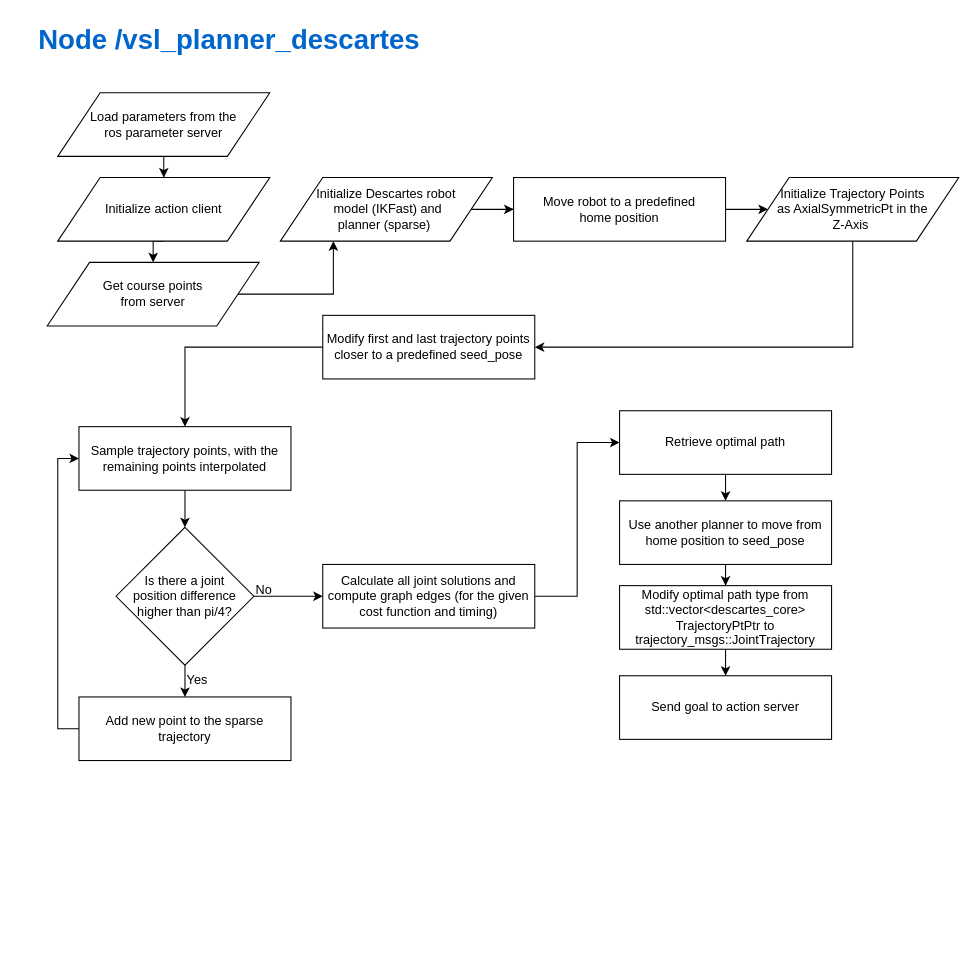
andreflorindo/vsl keeps this draw.io diagram as pictures/vsl_planner_descartes_flow_chart.drawio. Above is the earlier version. Source tidied: cells renumbered, new cells numbered last; positions are measured from the earlier drawing's top-left corner, leaving out a move shared by most shapes. Both pictures are drawn from the tidied source at 106%, with x=0, y=0 at pixel (36, 18).
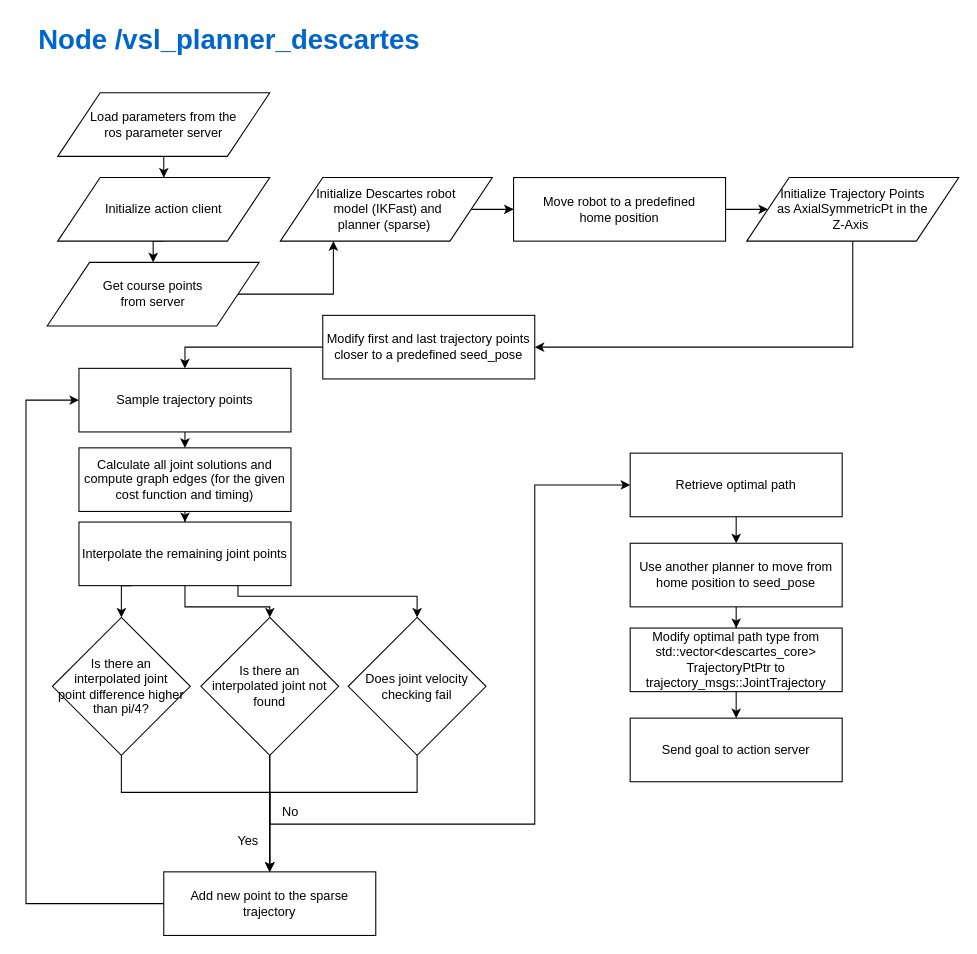
The same page after the edit.

Commit message (it also covers changes not shown here):
add joint plots in the pictures folder

The edit, as a diff of the source:
```diff
@@
-    <mxCell id="17" style="edgeStyle=orthogonalEdgeStyle;rounded=0;jettySize=auto;html=1;exitX=1;exitY=0.5;exitDx=0;exitDy=0;fontSize=12;fontColor=#000000;entryX=0;entryY=0.5;entryDx=0;entryDy=0;" parent="1" edge="1" source="23" target="25">
-      <mxGeometry relative="1" as="geometry" />
-    </mxCell>
-    <mxCell id="18" style="edgeStyle=orthogonalEdgeStyle;rounded=0;jettySize=auto;html=1;exitX=0.5;exitY=1;exitDx=0;exitDy=0;entryX=0.5;entryY=0;entryDx=0;entryDy=0;fontSize=12;fontColor=#000000;" parent="1" edge="1" source="19" target="23">
-      <mxGeometry relative="1" as="geometry" />
-    </mxCell>
+    <mxCell id="35" style="edgeStyle=orthogonalEdgeStyle;rounded=0;jettySize=auto;html=1;exitX=0.5;exitY=1;exitDx=0;exitDy=0;entryX=0.5;entryY=0;entryDx=0;entryDy=0;" parent="1" edge="1" source="19" target="25">
+      <mxGeometry relative="1" as="geometry" />
+    </mxCell>
-    <mxCell id="19" value="Sample trajectory points, with the remaining points interpolated" style="rounded=0;whiteSpace=wrap;html=1;" parent="1" vertex="1">
-      <mxGeometry x="40" y="385" width="200" height="60" as="geometry" />
+    <mxCell id="19" value="Sample trajectory points" style="rounded=0;whiteSpace=wrap;html=1;" parent="1" vertex="1">
+      <mxGeometry x="40" y="330" width="200" height="60" as="geometry" />
     </mxCell>
     <mxCell id="20" style="edgeStyle=orthogonalEdgeStyle;rounded=0;jettySize=auto;html=1;exitX=0;exitY=0.5;exitDx=0;exitDy=0;entryX=0;entryY=0.5;entryDx=0;entryDy=0;fontSize=12;fontColor=#000000;" parent="1" edge="1" source="21" target="19">
-      <mxGeometry relative="1" as="geometry" />
+      <mxGeometry relative="1" as="geometry">
+        <Array as="points">
+          <mxPoint x="-10" y="835" />
+          <mxPoint x="-10" y="360" />
+        </Array>
+      </mxGeometry>
     </mxCell>
     <mxCell id="21" value="Add new point to the sparse trajectory" style="rounded=0;whiteSpace=wrap;html=1;" parent="1" vertex="1">
-      <mxGeometry x="40" y="640" width="200" height="60" as="geometry" />
+      <mxGeometry x="120" y="805" width="200" height="60" as="geometry" />
     </mxCell>
     <mxCell id="22" style="edgeStyle=orthogonalEdgeStyle;rounded=0;jettySize=auto;html=1;exitX=0.5;exitY=1;exitDx=0;exitDy=0;entryX=0.5;entryY=0;entryDx=0;entryDy=0;fontSize=12;fontColor=#000000;" parent="1" edge="1" source="23" target="21">
-      <mxGeometry relative="1" as="geometry" />
+      <mxGeometry relative="1" as="geometry">
+        <Array as="points">
+          <mxPoint x="80" y="730" />
+          <mxPoint x="220" y="730" />
+        </Array>
+      </mxGeometry>
     </mxCell>
-    <mxCell id="23" value="&lt;font style=&quot;font-size: 12px&quot;&gt;Is there a joint &lt;br&gt;position difference higher than pi/4?&lt;/font&gt;" style="rhombus;whiteSpace=wrap;html=1;fontSize=12;fontColor=#000000;align=center;" parent="1" vertex="1">
-      <mxGeometry x="75" y="480" width="130" height="130" as="geometry" />
+    <mxCell id="23" value="&lt;font style=&quot;font-size: 12px&quot;&gt;Is there an &lt;br&gt;interpolated joint &lt;br&gt;point difference higher than pi/4?&lt;/font&gt;" style="rhombus;whiteSpace=wrap;html=1;fontSize=12;fontColor=#000000;align=center;" parent="1" vertex="1">
+      <mxGeometry x="15" y="565" width="130" height="130" as="geometry" />
     </mxCell>
-    <mxCell id="24" style="edgeStyle=orthogonalEdgeStyle;rounded=0;jettySize=auto;html=1;exitX=1;exitY=0.5;exitDx=0;exitDy=0;entryX=0;entryY=0.5;entryDx=0;entryDy=0;fontSize=12;fontColor=#000000;" parent="1" edge="1" source="25" target="27">
-      <mxGeometry relative="1" as="geometry" />
+    <mxCell id="24" style="edgeStyle=orthogonalEdgeStyle;rounded=0;jettySize=auto;html=1;exitX=0.5;exitY=1;exitDx=0;exitDy=0;entryX=0;entryY=0.5;entryDx=0;entryDy=0;fontSize=12;fontColor=#000000;" parent="1" edge="1" source="42" target="27">
+      <mxGeometry relative="1" as="geometry">
+        <Array as="points">
+          <mxPoint x="220" y="760" />
+          <mxPoint x="470" y="760" />
+          <mxPoint x="470" y="440" />
+        </Array>
+      </mxGeometry>
     </mxCell>
-    <mxCell id="25" value="Calculate all joint solutions and compute graph edges (for the given cost function and timing)" style="rounded=0;whiteSpace=wrap;html=1;" parent="1" vertex="1">
-      <mxGeometry x="270" y="515" width="200" height="60" as="geometry" />
-    </mxCell>
@@
     <mxCell id="27" value="Retrieve optimal path" style="rounded=0;whiteSpace=wrap;html=1;" parent="1" vertex="1">
-      <mxGeometry x="550" y="370" width="200" height="60" as="geometry" />
+      <mxGeometry x="560" y="410" width="200" height="60" as="geometry" />
     </mxCell>
@@
     <mxCell id="29" value="Use another planner to move from home position to seed_pose" style="rounded=0;whiteSpace=wrap;html=1;" parent="1" vertex="1">
-      <mxGeometry x="550" y="455" width="200" height="60" as="geometry" />
+      <mxGeometry x="560" y="495" width="200" height="60" as="geometry" />
     </mxCell>
@@
     <mxCell id="31" value="Modify optimal path type from std::vector&amp;lt;descartes_core&amp;gt; TrajectoryPtPtr to trajectory_msgs::JointTrajectory" style="rounded=0;whiteSpace=wrap;html=1;" parent="1" vertex="1">
-      <mxGeometry x="550" y="535" width="200" height="60" as="geometry" />
+      <mxGeometry x="560" y="575" width="200" height="60" as="geometry" />
     </mxCell>
     <mxCell id="32" value="Send goal to action server" style="rounded=0;whiteSpace=wrap;html=1;" parent="1" vertex="1">
-      <mxGeometry x="550" y="620" width="200" height="60" as="geometry" />
+      <mxGeometry x="560" y="660" width="200" height="60" as="geometry" />
     </mxCell>
     <mxCell id="33" value="No" style="text;html=1;fontSize=12;fontColor=#000000;" parent="1" vertex="1">
-      <mxGeometry x="205" y="525" width="25" height="20" as="geometry" />
+      <mxGeometry x="230" y="735" width="25" height="20" as="geometry" />
     </mxCell>
     <mxCell id="34" value="Yes" style="text;html=1;fontSize=12;fontColor=#000000;" parent="1" vertex="1">
-      <mxGeometry x="140" y="610" width="25" height="30" as="geometry" />
+      <mxGeometry x="187.5" y="762" width="25" height="30" as="geometry" />
     </mxCell>
+    <mxCell id="36" style="edgeStyle=orthogonalEdgeStyle;rounded=0;jettySize=auto;html=1;exitX=0.5;exitY=1;exitDx=0;exitDy=0;" parent="1" edge="1" source="25" target="40">
+      <mxGeometry relative="1" as="geometry" />
+    </mxCell>
+    <mxCell id="25" value="Calculate all joint solutions and compute graph edges (for the given cost function and timing)" style="rounded=0;whiteSpace=wrap;html=1;" parent="1" vertex="1">
+      <mxGeometry x="40" y="405" width="200" height="60" as="geometry" />
+    </mxCell>
+    <mxCell id="37" style="edgeStyle=orthogonalEdgeStyle;rounded=0;jettySize=auto;html=1;exitX=0.25;exitY=1;exitDx=0;exitDy=0;entryX=0.5;entryY=0;entryDx=0;entryDy=0;" parent="1" edge="1" source="40" target="23">
+      <mxGeometry relative="1" as="geometry" />
+    </mxCell>
+    <mxCell id="38" style="edgeStyle=orthogonalEdgeStyle;rounded=0;jettySize=auto;html=1;exitX=0.5;exitY=1;exitDx=0;exitDy=0;entryX=0.5;entryY=0;entryDx=0;entryDy=0;" parent="1" edge="1" source="40" target="42">
+      <mxGeometry relative="1" as="geometry" />
+    </mxCell>
+    <mxCell id="39" style="edgeStyle=orthogonalEdgeStyle;rounded=0;jettySize=auto;html=1;exitX=0.75;exitY=1;exitDx=0;exitDy=0;entryX=0.5;entryY=0;entryDx=0;entryDy=0;" parent="1" edge="1" source="40" target="44">
+      <mxGeometry relative="1" as="geometry">
+        <Array as="points">
+          <mxPoint x="190" y="545" />
+          <mxPoint x="359" y="545" />
+        </Array>
+      </mxGeometry>
+    </mxCell>
+    <mxCell id="40" value="Interpolate the remaining joint points" style="rounded=0;whiteSpace=wrap;html=1;" parent="1" vertex="1">
+      <mxGeometry x="40" y="475" width="200" height="60" as="geometry" />
+    </mxCell>
+    <mxCell id="41" style="edgeStyle=orthogonalEdgeStyle;rounded=0;jettySize=auto;html=1;exitX=0.5;exitY=1;exitDx=0;exitDy=0;" parent="1" edge="1" source="42" target="21">
+      <mxGeometry relative="1" as="geometry">
+        <Array as="points">
+          <mxPoint x="220" y="840" />
+          <mxPoint x="220" y="840" />
+        </Array>
+      </mxGeometry>
+    </mxCell>
+    <mxCell id="42" value="Is there an &lt;br&gt;interpolated joint not found" style="rhombus;whiteSpace=wrap;html=1;fontSize=12;fontColor=#000000;align=center;" parent="1" vertex="1">
+      <mxGeometry x="155" y="565" width="130" height="130" as="geometry" />
+    </mxCell>
+    <mxCell id="43" style="edgeStyle=orthogonalEdgeStyle;rounded=0;jettySize=auto;html=1;exitX=0.5;exitY=1;exitDx=0;exitDy=0;entryX=0.5;entryY=0;entryDx=0;entryDy=0;" parent="1" edge="1" source="44" target="21">
+      <mxGeometry relative="1" as="geometry">
+        <Array as="points">
+          <mxPoint x="359" y="730" />
+          <mxPoint x="220" y="730" />
+        </Array>
+      </mxGeometry>
+    </mxCell>
+    <mxCell id="44" value="Does joint velocity checking fail" style="rhombus;whiteSpace=wrap;html=1;fontSize=12;fontColor=#000000;align=center;" parent="1" vertex="1">
+      <mxGeometry x="294" y="565" width="130" height="130" as="geometry" />
+    </mxCell>
```
